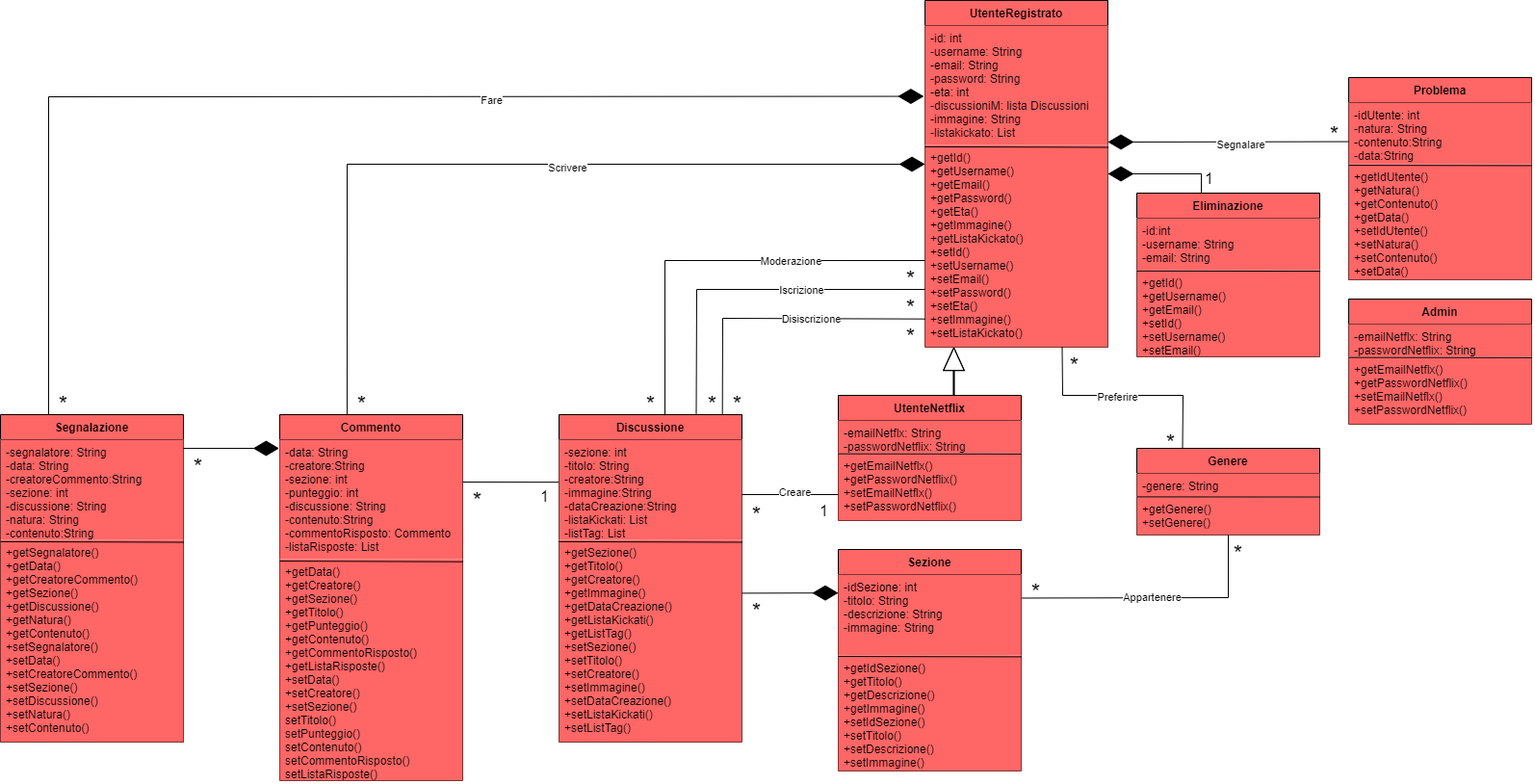
The draw.io diagram ProjectDocs/Class Diagram/CD ristrutturato con metodi.drawio.png in SalvatoreDL01/NetSection_Classe3, before a commit. Source tidied: cells renumbered, new cells last; positions are measured from the earlier drawing's top-left corner, leaving out a move shared by most shapes.
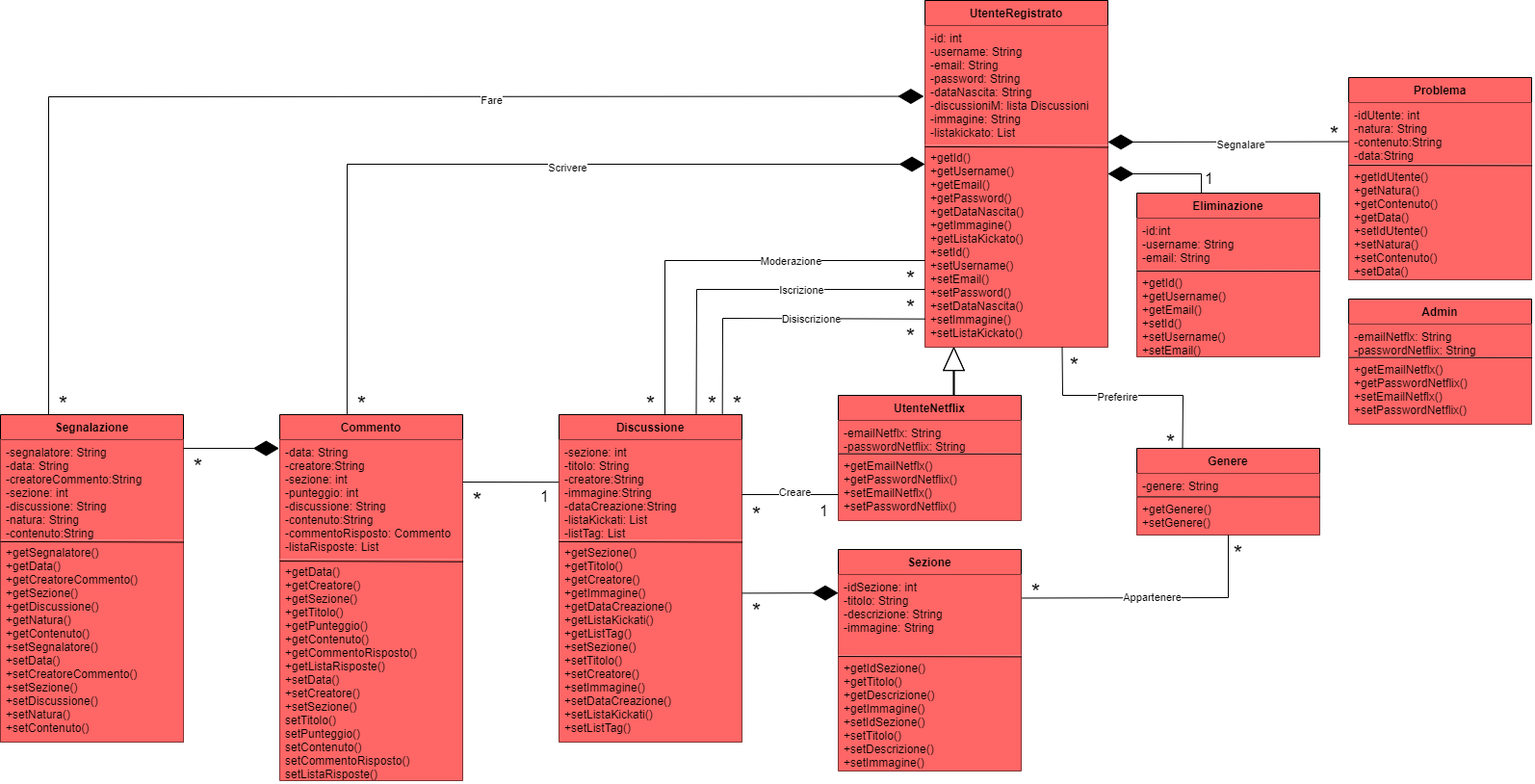
After the commit.

Commit message:
Modifica classDiagram e Classe UtenteRegistrato e UtenteNetflix

Change to the diagram source:
```diff
@@ -5,10 +5,10 @@
     <mxCell id="2" value="UtenteRegistrato" style="swimlane;fontStyle=1;align=center;verticalAlign=top;horizontal=1;startSize=26;rounded=0;shadow=0;strokeWidth=1;fillColor=#FF6666;" parent="1" vertex="1">
       <mxGeometry x="960" width="190" height="360" as="geometry" />
     </mxCell>
-    <mxCell id="3" value="-id: int&#10;-username: String&#10;-email: String&#10;-password: String&#10;-eta: int&#10;-discussioniM: lista Discussioni&#10;-immagine: String&#10;-listakickato: List" style="text;align=left;verticalAlign=top;spacingLeft=4;spacingRight=4;overflow=hidden;points=[[0,0.5],[1,0.5]];portConstraint=eastwest;rounded=0;shadow=0;html=0;fillColor=#FF6666;" parent="2" vertex="1">
+    <mxCell id="3" value="-id: int&#10;-username: String&#10;-email: String&#10;-password: String&#10;-dataNascita: String&#10;-discussioniM: lista Discussioni&#10;-immagine: String&#10;-listakickato: List" style="text;align=left;verticalAlign=top;spacingLeft=4;spacingRight=4;overflow=hidden;points=[[0,0.5],[1,0.5]];portConstraint=eastwest;rounded=0;shadow=0;html=0;fillColor=#FF6666;" parent="2" vertex="1">
       <mxGeometry y="26" width="190" height="124" as="geometry" />
     </mxCell>
-    <mxCell id="4" value="+getId()&#10;+getUsername()&#10;+getEmail()&#10;+getPassword()&#10;+getEta()&#10;+getImmagine()&#10;+getListaKickato()&#10;+setId()&#10;+setUsername()&#10;+setEmail()&#10;+setPassword()&#10;+setEta()&#10;+setImmagine()&#10;+setListaKickato()" style="text;align=left;verticalAlign=top;spacingLeft=4;spacingRight=4;overflow=hidden;points=[[0,0.5],[1,0.5]];portConstraint=eastwest;fillColor=#FF6666;" parent="2" vertex="1">
+    <mxCell id="4" value="+getId()&#10;+getUsername()&#10;+getEmail()&#10;+getPassword()&#10;+getDataNascita()&#10;+getImmagine()&#10;+getListaKickato()&#10;+setId()&#10;+setUsername()&#10;+setEmail()&#10;+setPassword()&#10;+setDataNascita()&#10;+setImmagine()&#10;+setListaKickato()" style="text;align=left;verticalAlign=top;spacingLeft=4;spacingRight=4;overflow=hidden;points=[[0,0.5],[1,0.5]];portConstraint=eastwest;fillColor=#FF6666;" parent="2" vertex="1">
       <mxGeometry y="150" width="190" height="210" as="geometry" />
     </mxCell>
     <mxCell id="5" style="endArrow=none;html=1;rounded=0;exitX=0.001;exitY=0.009;exitDx=0;exitDy=0;exitPerimeter=0;entryX=1.003;entryY=0.012;entryDx=0;entryDy=0;entryPerimeter=0;" parent="2" edge="1" source="4" target="4">
```
